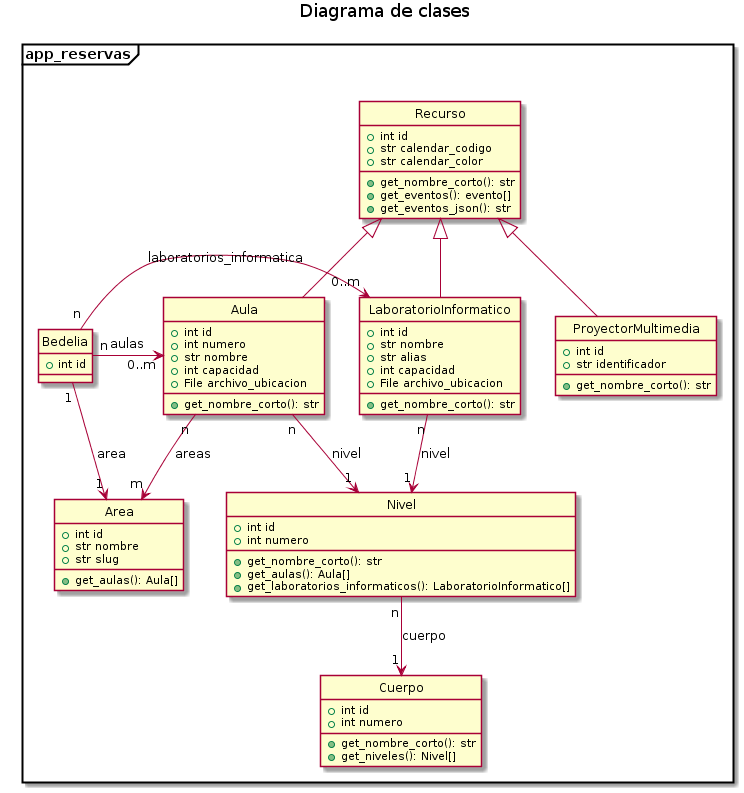
Earlier version of the PlantUML export docs/uml/diagrama_clases.png (utn-frm-si/reservas).
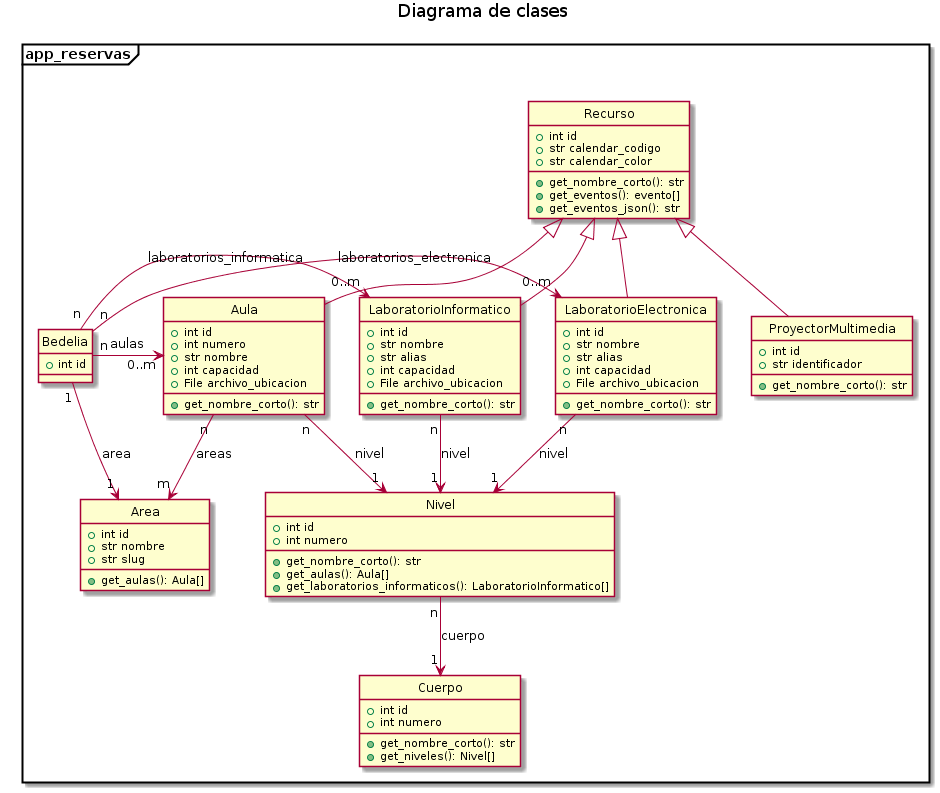
Above is the later version.

Change to the diagram source:
```diff
@@ -41,6 +41,15 @@
         + get_niveles(): Nivel[]
     }
 
+    class LaboratorioElectronica {
+        + int id
+        + str nombre
+        + str alias
+        + int capacidad
+        + File archivo_ubicacion
+        + get_nombre_corto(): str
+    }
+
     class LaboratorioInformatico {
         + int id
         + str nombre
@@ -71,8 +80,10 @@
 
     Bedelia "1" --> "1" Area: area
     Bedelia "n" -> "0..m" Aula: aulas
+    Bedelia "n" -> "0..m" LaboratorioElectronica: laboratorios_electronica
     Bedelia "n" -> "0..m" LaboratorioInformatico: laboratorios_informatica
 
+    LaboratorioElectronica "n" --> "1" Nivel: nivel
     LaboratorioInformatico "n" --> "1" Nivel: nivel
 
     Nivel "n" --> "1" Cuerpo: cuerpo
@@ -80,6 +91,7 @@
 
 
     Recurso <|-- Aula
+    Recurso <|-- LaboratorioElectronica
     Recurso <|-- LaboratorioInformatico
     Recurso <|-- ProyectorMultimedia
 }
```
